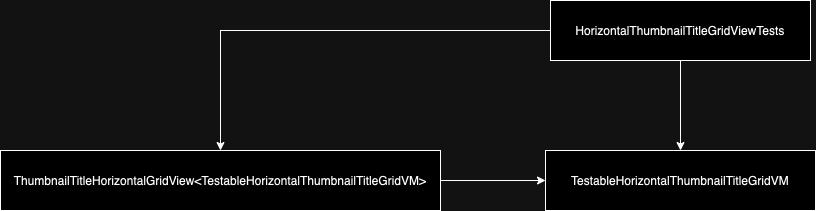
Earlier version of the draw.io export MarvelSampleTests/Tests/HorizontalThumbnailTitleGridView/HorizontalThumbnailTitleGridViewTests.drawio.png (hiren9697/MavelSample). Source tidied: cells renumbered, new cells last; positions are measured from the earlier drawing's top-left corner, leaving out a move shared by most shapes.
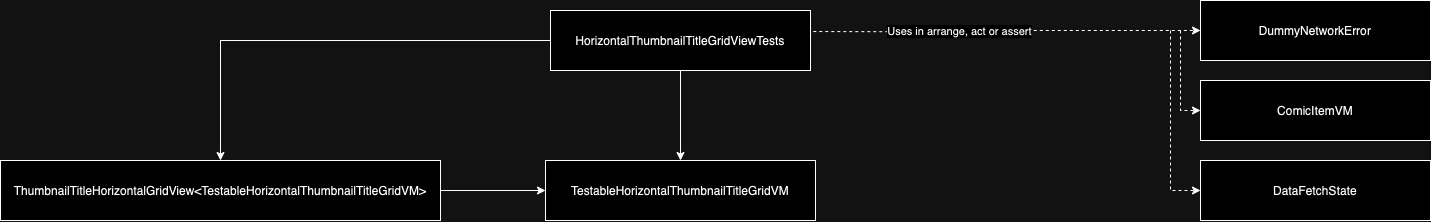
After the commit.

The edit, as a diff of the source:
```diff
@@ -2,6 +2,39 @@
   <root>
     <mxCell id="0" />
     <mxCell id="1" parent="0" />
+    <mxCell id="8" style="edgeStyle=orthogonalEdgeStyle;rounded=0;jettySize=auto;html=1;entryX=0;entryY=0.5;entryDx=0;entryDy=0;dashed=1;exitX=1.02;exitY=0.184;exitDx=0;exitDy=0;exitPerimeter=0;" parent="1" edge="1" target="10">
+      <mxGeometry relative="1" as="geometry">
+        <mxPoint x="812.8" y="21" as="sourcePoint" />
+      </mxGeometry>
+    </mxCell>
+    <mxCell id="9" value="Uses in arrange, act or assert" style="edgeLabel;html=1;align=center;verticalAlign=middle;" parent="8" vertex="1">
+      <mxGeometry x="-0.25" y="1" relative="1" as="geometry" />
+    </mxCell>
+    <mxCell id="10" value="DummyNetworkError" style="rounded=0;whiteSpace=wrap;html=1;" parent="1" vertex="1">
+      <mxGeometry x="1200" y="-10" width="230" height="60" as="geometry" />
+    </mxCell>
+    <mxCell id="11" value="ComicItemVM" style="rounded=0;whiteSpace=wrap;html=1;" parent="1" vertex="1">
+      <mxGeometry x="1200" y="70" width="230" height="60" as="geometry" />
+    </mxCell>
+    <mxCell id="12" value="DataFetchState" style="rounded=0;whiteSpace=wrap;html=1;" parent="1" vertex="1">
+      <mxGeometry x="1200" y="150" width="230" height="60" as="geometry" />
+    </mxCell>
+    <mxCell id="13" style="endArrow=classic;html=1;rounded=0;entryX=0;entryY=0.5;entryDx=0;entryDy=0;dashed=1;" parent="1" edge="1" target="11">
+      <mxGeometry relative="1" as="geometry">
+        <mxPoint x="1180" y="20" as="sourcePoint" />
+        <Array as="points">
+          <mxPoint x="1180" y="100" />
+        </Array>
+      </mxGeometry>
+    </mxCell>
+    <mxCell id="14" style="endArrow=classic;html=1;rounded=0;entryX=0;entryY=0.5;entryDx=0;entryDy=0;dashed=1;" parent="1" edge="1" target="12">
+      <mxGeometry relative="1" as="geometry">
+        <mxPoint x="1170" y="20" as="sourcePoint" />
+        <Array as="points">
+          <mxPoint x="1170" y="180" />
+        </Array>
+      </mxGeometry>
+    </mxCell>
     <mxCell id="2" style="edgeStyle=orthogonalEdgeStyle;rounded=0;jettySize=auto;html=1;" parent="1" edge="1" source="4" target="6">
       <mxGeometry relative="1" as="geometry" />
     </mxCell>
```
